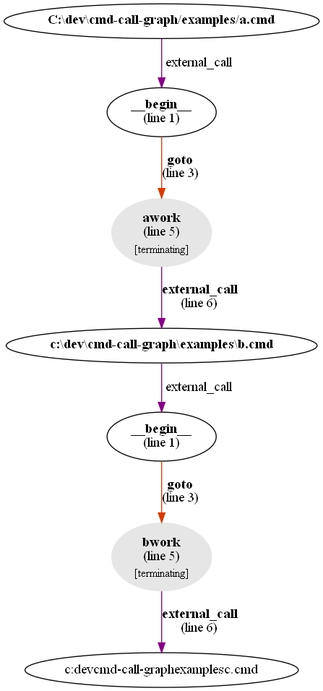
This is examples/a.png from microsoft/cmd-call-graph, a Graphviz export, as it was before one commit. Its source is kept beside it as examples/a.dot.
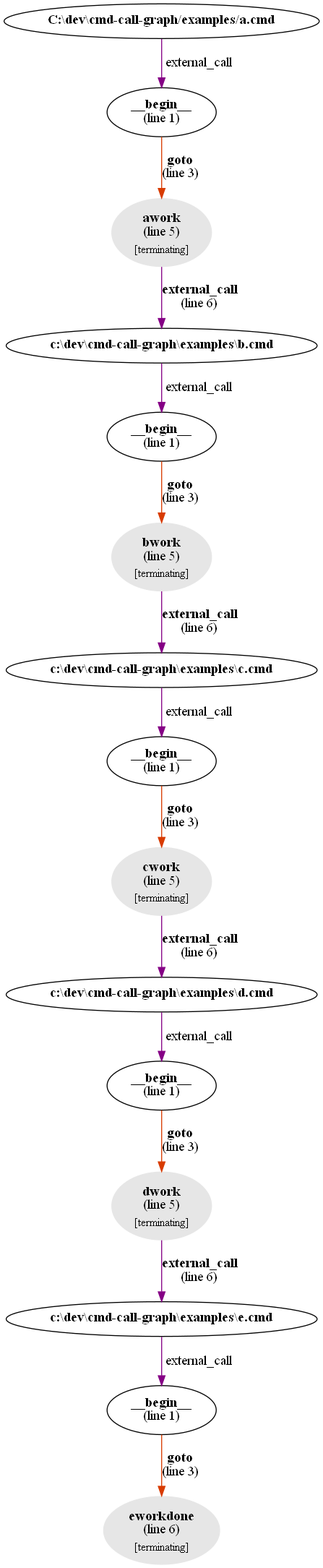
After the commit.

Commit message:
Corrected render to now recursively check for nested dictionaries to build the entire graph

The edit, as a diff of the source:
```diff
@@ -11,4 +11,21 @@
 "bwork" -> "c:\dev\cmd-call-graph\examples\c.cmd" [label=<<b>external_call</b><br />(line 6)>,color="#850085"]
 "c:\dev\cmd-call-graph\examples\b.cmd" [label=<<b>c:\dev\cmd-call-graph\examples\b.cmd</b>>]
 "c:\dev\cmd-call-graph\examples\b.cmd" -> "__begin__c:\dev\cmd-call-graph\examples\b.cmd" [label=" external_call",color="#850085"]
+"__begin__c:\dev\cmd-call-graph\examples\c.cmd" [label=<<b>__begin__</b><br/>(line 1)>]
+"__begin__c:\dev\cmd-call-graph\examples\c.cmd" -> "cwork" [label=<<b>goto</b><br />(line 3)>,color="#d83b01"]
+"c:\dev\cmd-call-graph\examples\c.cmd" [label=<<b>c:\dev\cmd-call-graph\examples\c.cmd</b>>]
+"c:\dev\cmd-call-graph\examples\c.cmd" -> "__begin__c:\dev\cmd-call-graph\examples\c.cmd" [label=" external_call",color="#850085"]
+"cwork" [color="#e6e6e6",style=filled,label=<<b>cwork</b><br/>(line 5)<br/><sub>[terminating]</sub>>]
+"cwork" -> "c:\dev\cmd-call-graph\examples\d.cmd" [label=<<b>external_call</b><br />(line 6)>,color="#850085"]
+"__begin__c:\dev\cmd-call-graph\examples\d.cmd" [label=<<b>__begin__</b><br/>(line 1)>]
+"__begin__c:\dev\cmd-call-graph\examples\d.cmd" -> "dwork" [label=<<b>goto</b><br />(line 3)>,color="#d83b01"]
+"c:\dev\cmd-call-graph\examples\d.cmd" [label=<<b>c:\dev\cmd-call-graph\examples\d.cmd</b>>]
+"c:\dev\cmd-call-graph\examples\d.cmd" -> "__begin__c:\dev\cmd-call-graph\examples\d.cmd" [label=" external_call",color="#850085"]
+"dwork" [color="#e6e6e6",style=filled,label=<<b>dwork</b><br/>(line 5)<br/><sub>[terminating]</sub>>]
+"dwork" -> "c:\dev\cmd-call-graph\examples\e.cmd" [label=<<b>external_call</b><br />(line 6)>,color="#850085"]
+"__begin__c:\dev\cmd-call-graph\examples\e.cmd" [label=<<b>__begin__</b><br/>(line 1)>]
+"__begin__c:\dev\cmd-call-graph\examples\e.cmd" -> "eworkdone" [label=<<b>goto</b><br />(line 3)>,color="#d83b01"]
+"c:\dev\cmd-call-graph\examples\e.cmd" [label=<<b>c:\dev\cmd-call-graph\examples\e.cmd</b>>]
+"c:\dev\cmd-call-graph\examples\e.cmd" -> "__begin__c:\dev\cmd-call-graph\examples\e.cmd" [label=" external_call",color="#850085"]
+"eworkdone" [color="#e6e6e6",style=filled,label=<<b>eworkdone</b><br/>(line 6)<br/><sub>[terminating]</sub>>]
 }
```
